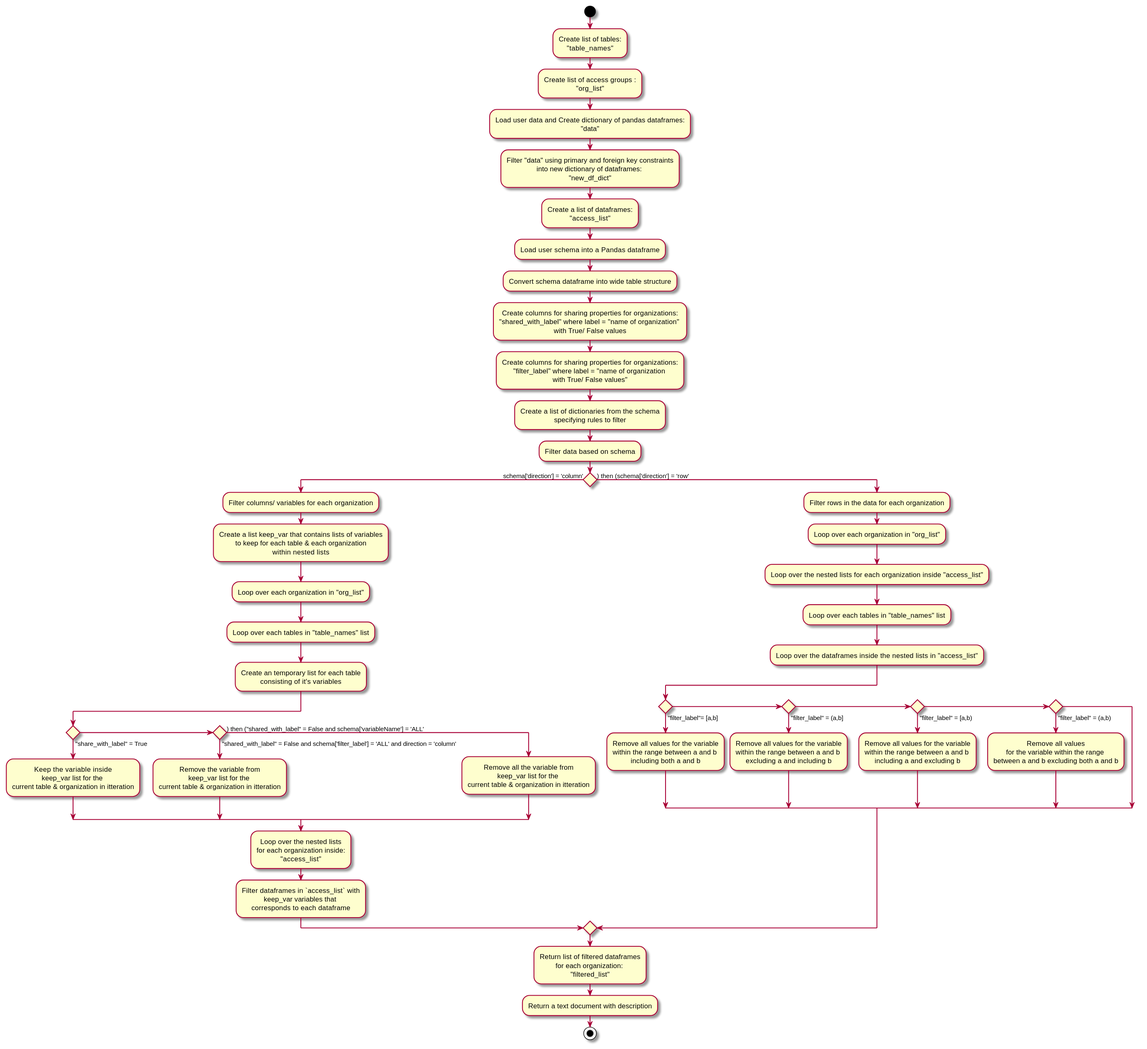
Earlier version of the PlantUML export sharing/activitydiagram.svg (Big-Life-Lab/PHES-ODM). Source of this version:
```plantuml
@startuml activitydiagram
skinparam DefaultTextAlignment center
start
:Create list of tables:
"table_names";
:Create list of access groups :
"org_list";
:Load user data and Create dictionary of pandas dataframes:
"data";
:Filter "data" using primary and foreign key constraints
into new dictionary of dataframes:
"new_df_dict";
:Create a list of dataframes:
"access_list";
:Load user schema into a Pandas dataframe;
:Convert schema dataframe into wide table structure;
:Create columns for sharing properties for organizations:
"shared_with_label" where label = "name of organization"
with True/ False values;
:Create columns for sharing properties for organizations:
"filter_label" where label = "name of organization
with True/ False values";
:Create a list of dictionaries from the schema
specifying rules to filter;
:Filter data based on schema;
if () then (schema['direction'] = 'column')
:Filter columns/ variables for each organization;
:Create a list keep_var that contains lists of variables
to keep for each table & each organization
within nested lists;
:Loop over each organization in "org_list";
:Loop over each tables in "table_names" list;
:Create an temporary list for each table
consisting of it's variables;
if () then ("share_with_label" = True)
:Keep the variable  inside
keep_var list for the
current table & organization in itteration;
elseif () then ("shared_with_label" = False and schema['filter_label'] = 'ALL' and direction = 'column')
:Remove the variable from
keep_var list for the
current table & organization in itteration;
else () then ("shared_with_label" = False and schema['variableName'] = 'ALL')
:Remove all the variable from
keep_var list for the
current table & organization in itteration;
endif;
:Loop over the nested lists
for each organization inside:
"access_list";
:Filter dataframes in `access_list` with
keep_var variables that
corresponds to each dataframe;
else () then (schema['direction'] = 'row')
:Filter rows in the data for each organization;
:Loop over each organization in "org_list";
:Loop over the nested lists for each organization inside "access_list";
:Loop over each tables in "table_names" list;
:Loop over the dataframes inside the nested lists in "access_list";
if () then ("filter_label"= [a,b])
:Remove all values for the variable
within the range between a and b
including both a and b;
elseif () then ("filter_label" = (a,b])
:Remove all values for the variable
within the range between a and b
excluding a and including b;
elseif () then ("filter_label" = [a,b))
:Remove all values for the variable
within the range between a and b
including a and excluding b;
elseif () then ("filter_label" = (a,b))
:Remove all values
for the variable within the range
between a and b excluding both a and b;
endif
endif;
:Return list of filtered dataframes
for each organization:
"filtered_list";
:Return a text document with description;
stop
@enduml
```
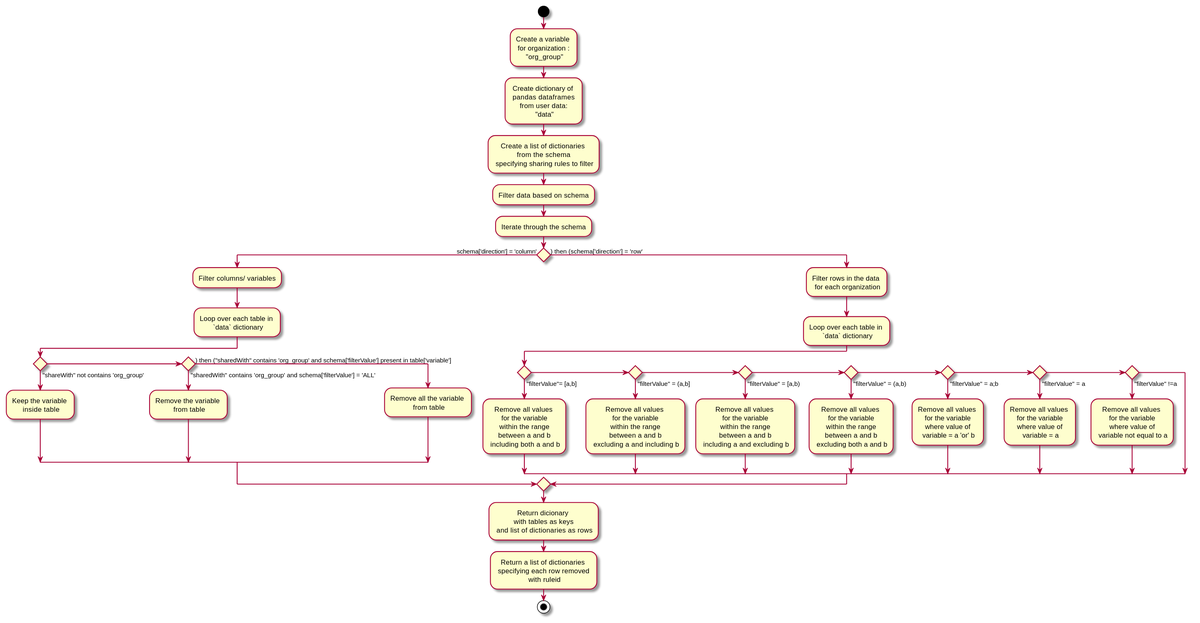
Above is the later version.

Commit message:
Changed arguments to the create_filtered_dataset function in readme, changed the formatting of code blocks, changed formatting of activity.puml diagram

What changed in the source:
```diff
@@ -1,83 +1,50 @@
 @startuml activitydiagram
 skinparam DefaultTextAlignment center
 start
-:Create list of tables:
-"table_names";
-:Create list of access groups :
-"org_list";
-:Load user data and Create dictionary of pandas dataframes:
-"data";
-:Filter "data" using primary and foreign key constraints
-into new dictionary of dataframes:
-"new_df_dict";
-:Create a list of dataframes:
-"access_list";
-:Load user schema into a Pandas dataframe;
-:Convert schema dataframe into wide table structure;
-:Create columns for sharing properties for organizations:
-"shared_with_label" where label = "name of organization"
-with True/ False values;
-:Create columns for sharing properties for organizations:
-"filter_label" where label = "name of organization
-with True/ False values";
-:Create a list of dictionaries from the schema
-specifying rules to filter;
+
+:Create a variable \n for organization : \n "org_group";
+
+:Create dictionary of \n pandas dataframes \n from user data: \n "data";
+
+:Create a list of dictionaries \n from the schema \n specifying sharing rules to filter;
+
 :Filter data based on schema;
-if () then (schema['direction'] = 'column')
-:Filter columns/ variables for each organization;
-:Create a list keep_var that contains lists of variables
-to keep for each table & each organization
-within nested lists;
-:Loop over each organization in "org_list";
-:Loop over each tables in "table_names" list;
-:Create an temporary list for each table
-consisting of it's variables;
-if () then ("share_with_label" = True)
-:Keep the variable  inside
-keep_var list for the
-current table & organization in itteration;
-elseif () then ("shared_with_label" = False and schema['filter_label'] = 'ALL' and direction = 'column')
-:Remove the variable from
-keep_var list for the
-current table & organization in itteration;
-else () then ("shared_with_label" = False and schema['variableName'] = 'ALL')
-:Remove all the variable from
-keep_var list for the
-current table & organization in itteration;
-endif;
-:Loop over the nested lists
-for each organization inside:
-"access_list";
-:Filter dataframes in `access_list` with
-keep_var variables that
-corresponds to each dataframe;
-else () then (schema['direction'] = 'row')
-:Filter rows in the data for each organization;
-:Loop over each organization in "org_list";
-:Loop over the nested lists for each organization inside "access_list";
-:Loop over each tables in "table_names" list;
-:Loop over the dataframes inside the nested lists in "access_list";
-if () then ("filter_label"= [a,b])
-:Remove all values for the variable
-within the range between a and b
-including both a and b;
-elseif () then ("filter_label" = (a,b])
-:Remove all values for the variable
-within the range between a and b
-excluding a and including b;
-elseif () then ("filter_label" = [a,b))
-:Remove all values for the variable
-within the range between a and b
-including a and excluding b;
-elseif () then ("filter_label" = (a,b))
-:Remove all values
-for the variable within the range
-between a and b excluding both a and b;
-endif
-endif;
-:Return list of filtered dataframes
-for each organization:
-"filtered_list";
-:Return a text document with description;
+
+:Iterate through the schema;
+
+    if () then (schema['direction'] = 'column')
+        :Filter columns/ variables;
+        :Loop over each table in \n `data` dictionary;
+            if () then ("shareWith" not contains 'org_group')
+                :Keep the variable \n inside table;
+            elseif () then ("sharedWith" contains 'org_group' and schema['filterValue'] = 'ALL')
+                :Remove the variable \n from table;
+            else () then ("sharedWith" contains 'org_group' and schema['filterValue'] present in table['variable'])
+                :Remove all the variable \n from table;
+            endif;
+
+    else () then (schema['direction'] = 'row')
+        :Filter rows in the data \n for each organization;
+        :Loop over each table in \n `data` dictionary;
+        if () then ("filterValue"= [a,b])
+            :Remove all values \n for the variable \n within the range \n between a and b \n including both a and b;
+        elseif () then ("filterValue" = (a,b])
+            :Remove all values \n for the variable \n within the range \n between a and b \n excluding a and including b;
+        elseif () then ("filterValue" = [a,b))
+            :Remove all values \n for the variable \n within the range \n between a and b \n including a and excluding b;
+        elseif () then ("filterValue" = (a,b))
+            :Remove all values \n for the variable \n within the range \n between a and b \n excluding both a and b;
+        elseif () then ("filterValue" = a;b)
+            :Remove all values \n for the variable \n where value of \n variable = a 'or' b;
+        elseif () then ("filterValue" = a)
+            :Remove all values \n for the variable \n where value of \n variable = a;
+        elseif () then ("filterValue" !=a)
+            :Remove all values \n for the variable \n where value of \n variable not equal to a;
+        endif
+    endif;
+
+:Return dicionary \n with tables as keys \n and list of dictionaries as rows;
+
+:Return a list of dictionaries \n specifying each row removed \n with ruleid;
 stop
 @enduml
```
